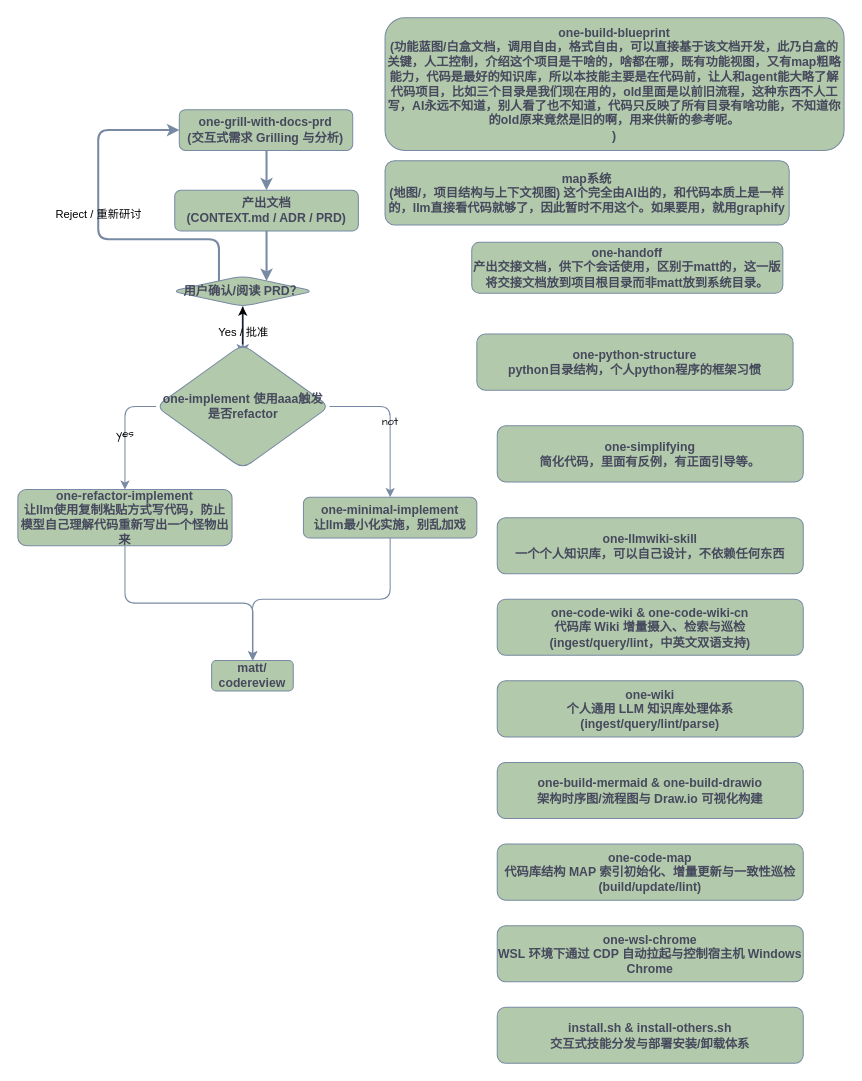
Before: skills.drawio in wupengbo125/one-skills, a draw.io diagram. Source tidied: cells renumbered, new cells numbered last; positions are measured from the earlier drawing's top-left corner, leaving out a move shared by most shapes. Both pictures are drawn from the tidied source at 102%, with x=0, y=0 at pixel (17, 17).
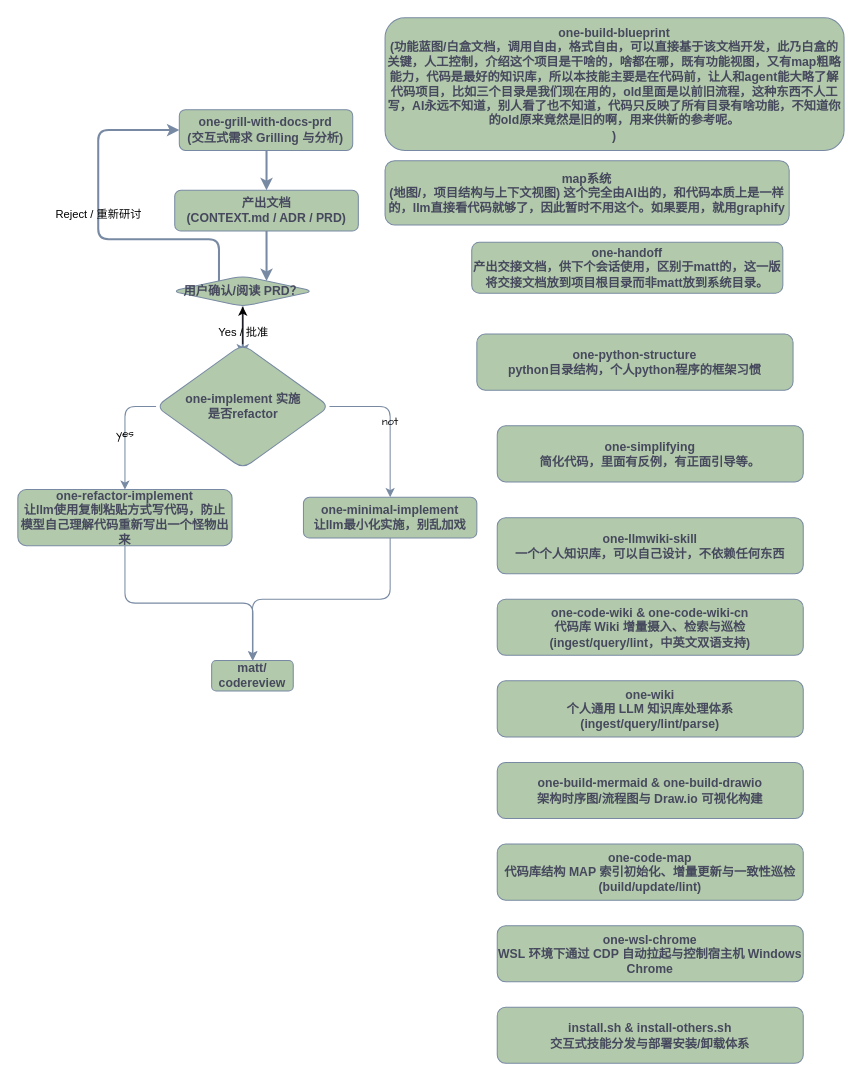
After the change.

Commit message (it also covers changes not shown here):
fix(skills): remove obsolete aaa trigger reference from architecture diagrams

Change to the diagram source:
```diff
@@
-    <mxCell id="15" value="one-implement 使用aaa触发&lt;div&gt;是否refactor&lt;/div&gt;" style="rhombus;whiteSpace=wrap;html=1;fillColor=#B2C9AB;strokeColor=#788AA3;fontStyle=1;labelBackgroundColor=none;fontColor=#46495D;rounded=1;" parent="1" vertex="1">
+    <mxCell id="15" value="one-implement 实施&lt;div&gt;是否refactor&lt;/div&gt;" style="rhombus;whiteSpace=wrap;html=1;fillColor=#B2C9AB;strokeColor=#788AA3;fontStyle=1;labelBackgroundColor=none;fontColor=#46495D;rounded=1;" parent="1" vertex="1">
       <mxGeometry x="135.5" y="320" width="170" height="122" as="geometry" />
     </mxCell>
```
